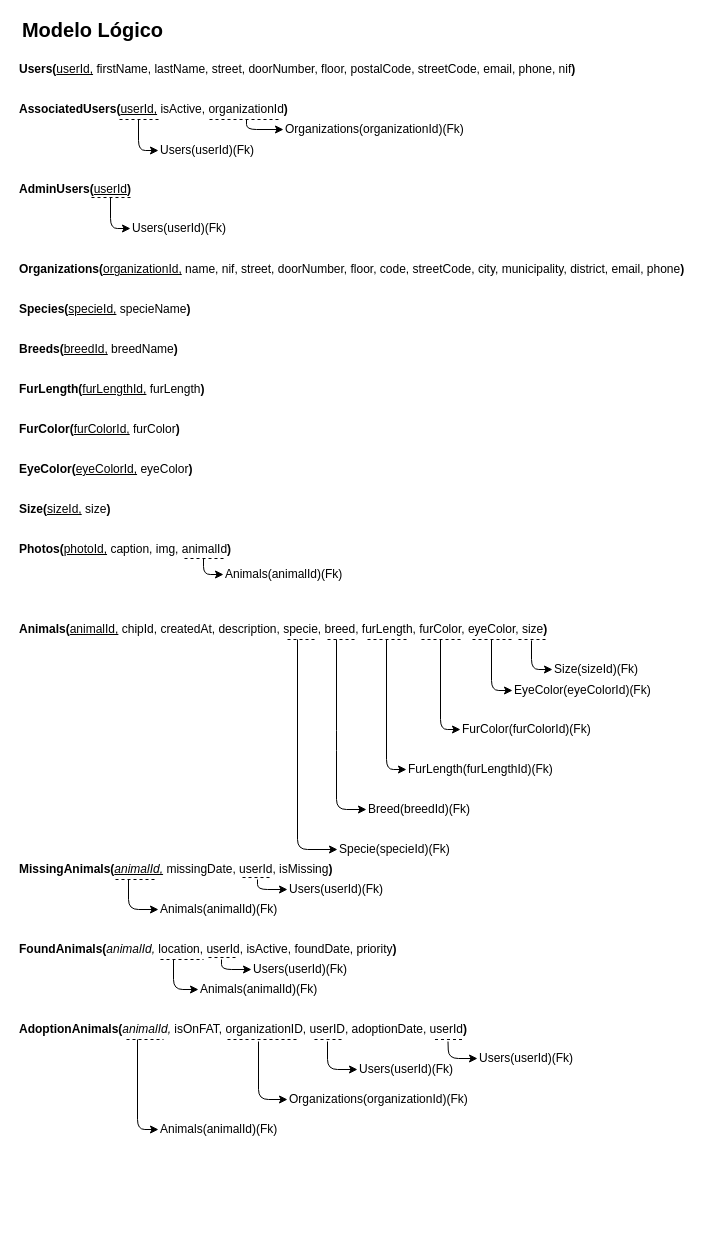
The draw.io diagram Docs/Modelo Logico.drawio in Projecto-Final-de-Curso-TeSP-PSI/pet-adoption, before the edit. Source tidied: cells renumbered, new cells numbered last; positions are measured from the earlier drawing's top-left corner, leaving out a move shared by most shapes. Both pictures are drawn from the tidied source at 100%, with x=0, y=0 at pixel (17, 19).
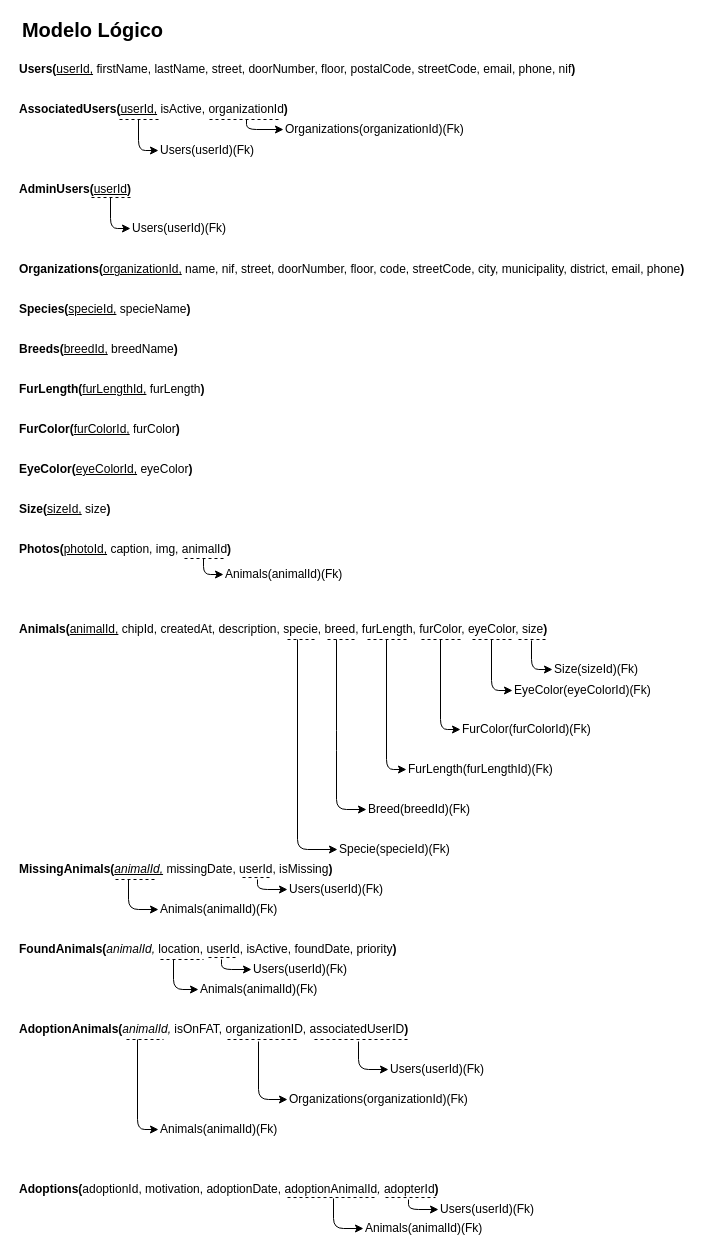
The same page after the edit.

The change refers to these unchanged cells:
```xml
<mxCell id="10" style="group;" parent="1" vertex="1">
  <mxGeometry y="1000" width="181" height="49" as="geometry" />
</mxCell>
```

Change to the diagram source:
```diff
@@
-    <mxCell id="11" value="&lt;b&gt;AdoptionAnimals(&lt;/b&gt;&lt;i&gt;animalId,&lt;/i&gt;&amp;nbsp;isOnFAT, organizationID, userID, adoptionDate, userId&lt;b&gt;)&lt;/b&gt;" style="text;html=1;strokeColor=none;fillColor=none;align=left;verticalAlign=middle;rounded=0;" parent="10" vertex="1">
+    <mxCell id="11" value="&lt;b&gt;AdoptionAnimals(&lt;/b&gt;&lt;i&gt;animalId,&lt;/i&gt;&amp;nbsp;isOnFAT, organizationID, associatedUserID&lt;b&gt;)&lt;/b&gt;" style="text;html=1;strokeColor=none;fillColor=none;align=left;verticalAlign=middle;rounded=0;" parent="10" vertex="1">
       <mxGeometry width="40" height="20" as="geometry" />
     </mxCell>
@@
     <mxCell id="23" style="endArrow=none;dashed=1;html=1;strokeWidth=1;" parent="1" edge="1">
       <mxGeometry relative="1" as="geometry">
         <mxPoint x="297" y="1020" as="sourcePoint" />
-        <mxPoint x="327" y="1020" as="targetPoint" />
+        <mxPoint x="390" y="1020" as="targetPoint" />
       </mxGeometry>
     </mxCell>
     <mxCell id="24" style="endArrow=classic;html=1;strokeWidth=1;entryX=0;entryY=0.5;entryDx=0;entryDy=0;" parent="1" edge="1" target="25">
       <mxGeometry relative="1" as="geometry">
-        <mxPoint x="310" y="1022" as="sourcePoint" />
+        <mxPoint x="341" y="1022" as="sourcePoint" />
         <Array as="points">
-          <mxPoint x="310" y="1050" />
+          <mxPoint x="341" y="1050" />
         </Array>
       </mxGeometry>
     </mxCell>
     <mxCell id="25" value="Users(userId)(Fk)" style="text;html=1;strokeColor=none;fillColor=none;align=left;verticalAlign=middle;rounded=0;" parent="1" vertex="1">
-      <mxGeometry x="340" y="1040" width="40" height="20" as="geometry" />
+      <mxGeometry x="371" y="1040" width="40" height="20" as="geometry" />
     </mxCell>
@@
-    <mxCell id="51" style="endArrow=none;dashed=1;html=1;strokeWidth=1;" parent="1" edge="1">
-      <mxGeometry relative="1" as="geometry">
-        <mxPoint x="417.5" y="1020" as="sourcePoint" />
-        <mxPoint x="447.5" y="1020" as="targetPoint" />
-      </mxGeometry>
-    </mxCell>
-    <mxCell id="52" style="endArrow=classic;html=1;strokeWidth=1;entryX=0;entryY=0.5;entryDx=0;entryDy=0;" parent="1" edge="1" target="53">
-      <mxGeometry relative="1" as="geometry">
-        <mxPoint x="430.5" y="1022" as="sourcePoint" />
-        <Array as="points">
-          <mxPoint x="431" y="1039" />
-        </Array>
-      </mxGeometry>
-    </mxCell>
-    <mxCell id="53" value="Users(userId)(Fk)" style="text;html=1;strokeColor=none;fillColor=none;align=left;verticalAlign=middle;rounded=0;" parent="1" vertex="1">
-      <mxGeometry x="460" y="1029" width="40" height="20" as="geometry" />
-    </mxCell>
@@
+    <mxCell id="74" style="endArrow=none;dashed=1;html=1;strokeWidth=1;" parent="1" edge="1">
+      <mxGeometry relative="1" as="geometry">
+        <mxPoint x="368" y="1178" as="sourcePoint" />
+        <mxPoint x="418" y="1178" as="targetPoint" />
+      </mxGeometry>
+    </mxCell>
+    <mxCell id="75" style="endArrow=classic;html=1;strokeWidth=1;entryX=0;entryY=0.5;entryDx=0;entryDy=0;" parent="1" edge="1" target="79">
+      <mxGeometry relative="1" as="geometry">
+        <mxPoint x="316" y="1179" as="sourcePoint" />
+        <Array as="points">
+          <mxPoint x="316" y="1209" />
+        </Array>
+      </mxGeometry>
+    </mxCell>
+    <mxCell id="76" style="endArrow=classic;html=1;strokeWidth=1;entryX=0;entryY=0.5;entryDx=0;entryDy=0;" parent="1" edge="1">
+      <mxGeometry relative="1" as="geometry">
+        <mxPoint x="391" y="1180" as="sourcePoint" />
+        <mxPoint x="421" y="1190" as="targetPoint" />
+        <Array as="points">
+          <mxPoint x="391" y="1190" />
+        </Array>
+      </mxGeometry>
+    </mxCell>
+    <mxCell id="53" value="Users(userId)(Fk)" style="text;html=1;strokeColor=none;fillColor=none;align=left;verticalAlign=middle;rounded=0;" parent="1" vertex="1">
+      <mxGeometry x="421" y="1180" width="40" height="20" as="geometry" />
+    </mxCell>
+    <mxCell id="77" value="&lt;b&gt;Adoptions(&lt;/b&gt;adoptionId, motivation, adoptionDate, adoptionAnimalId&lt;i&gt;,&lt;/i&gt;&amp;nbsp;adopterId&lt;b&gt;)&lt;/b&gt;" style="text;html=1;strokeColor=none;fillColor=none;align=left;verticalAlign=middle;rounded=0;" parent="1" vertex="1">
+      <mxGeometry y="1160" width="40" height="20" as="geometry" />
+    </mxCell>
+    <mxCell id="78" style="endArrow=none;dashed=1;html=1;strokeWidth=1;" parent="1" edge="1">
+      <mxGeometry x="238" y="1178" as="geometry">
+        <mxPoint x="270" y="1178" as="sourcePoint" />
+        <mxPoint x="360" y="1178" as="targetPoint" />
+      </mxGeometry>
+    </mxCell>
+    <mxCell id="79" value="Animals(animalId)(Fk)" style="text;html=1;strokeColor=none;fillColor=none;align=left;verticalAlign=middle;rounded=0;" parent="1" vertex="1">
+      <mxGeometry x="346" y="1199" width="40" height="20" as="geometry" />
+    </mxCell>
```
